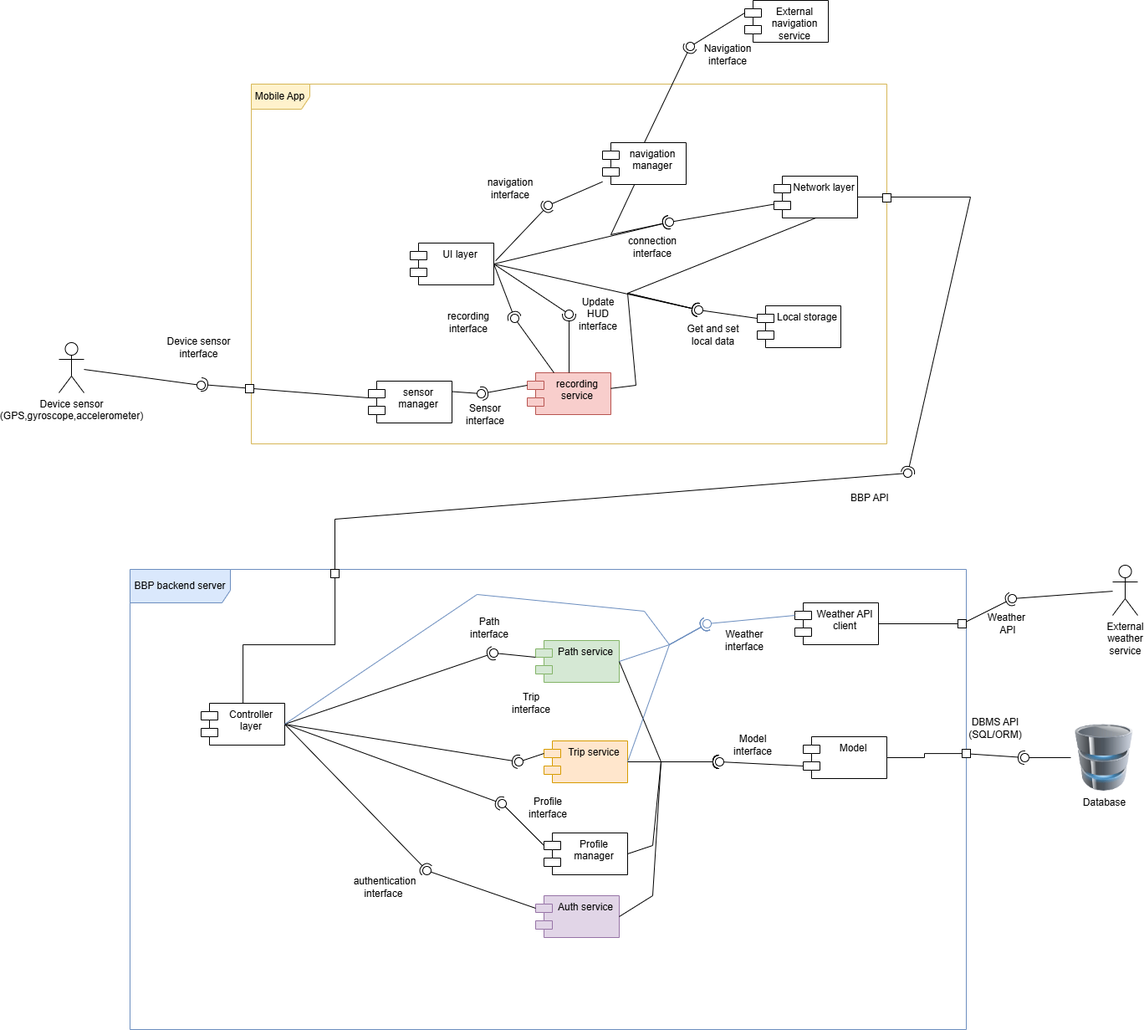
This is DD/LaTeXCode/images/componentDiagrams/Component_diagram-Complete_low_level_diagram.drawio.png from jacopobellosi/Bellosi-Montanelli-Tempobono, a draw.io export, as it was before one commit. Source tidied: cells renumbered, new cells last; positions are measured from the earlier drawing's top-left corner, leaving out a move shared by most shapes.
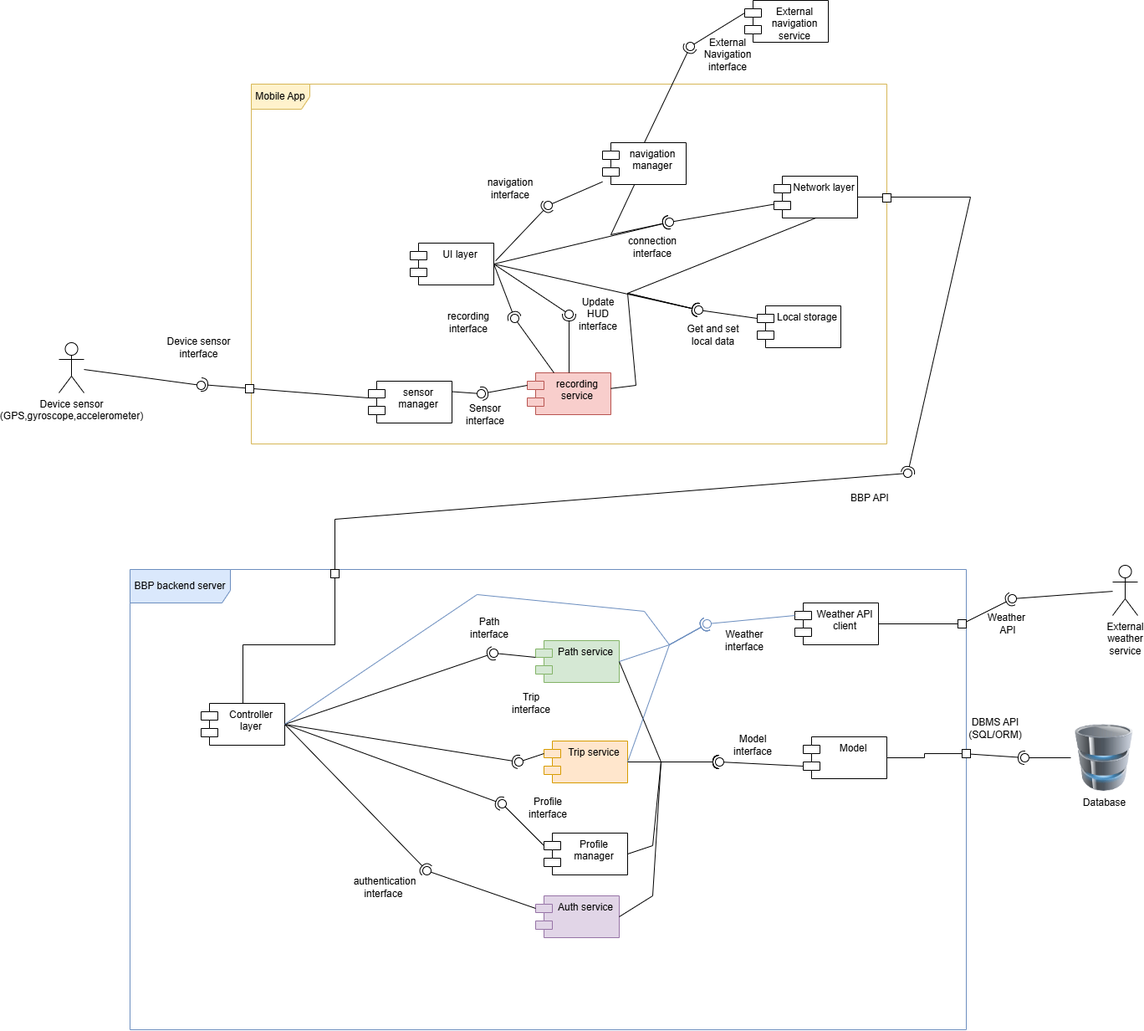
After the change.

Change to the diagram source:
```diff
@@ -44,7 +44,7 @@
     <mxCell id="15" value="Weather&amp;nbsp;&lt;div&gt;API&lt;/div&gt;" style="text;html=1;whiteSpace=wrap;strokeColor=none;fillColor=none;align=center;verticalAlign=middle;rounded=0;" parent="1" vertex="1">
       <mxGeometry x="1105" y="725" width="60" height="40" as="geometry" />
     </mxCell>
-    <mxCell id="16" value="Navigation&lt;br&gt;interface" style="text;html=1;whiteSpace=wrap;strokeColor=none;fillColor=none;align=center;verticalAlign=middle;rounded=0;" parent="1" vertex="1">
+    <mxCell id="16" value="External&lt;br&gt;Navigation&lt;br&gt;interface" style="text;html=1;whiteSpace=wrap;strokeColor=none;fillColor=none;align=center;verticalAlign=middle;rounded=0;" parent="1" vertex="1">
       <mxGeometry x="770" y="50" width="60" height="30" as="geometry" />
     </mxCell>
     <mxCell id="17" value="Device sensor interface" style="text;html=1;whiteSpace=wrap;strokeColor=none;fillColor=none;align=center;verticalAlign=middle;rounded=0;" parent="1" vertex="1">
```
